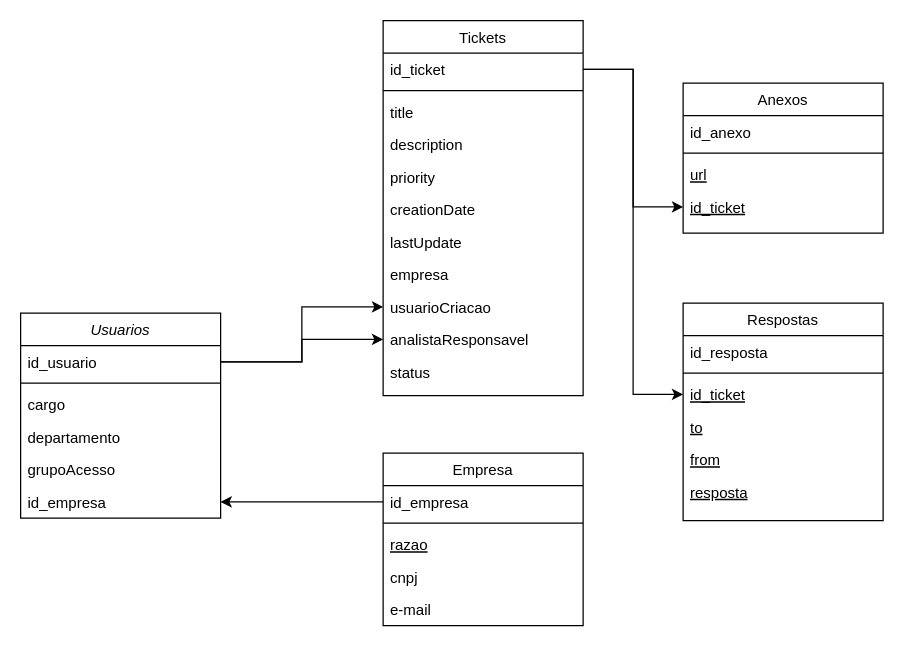
yurimarcon/suporte-0 keeps this draw.io diagram as Documentacao/Untitled Diagram.drawio. Above is the earlier version. Source tidied: cells renumbered, new cells numbered last; positions are measured from the earlier drawing's top-left corner, leaving out a move shared by most shapes. Both pictures are drawn from the tidied source at 125%, with x=0, y=0 at pixel (20, 20).
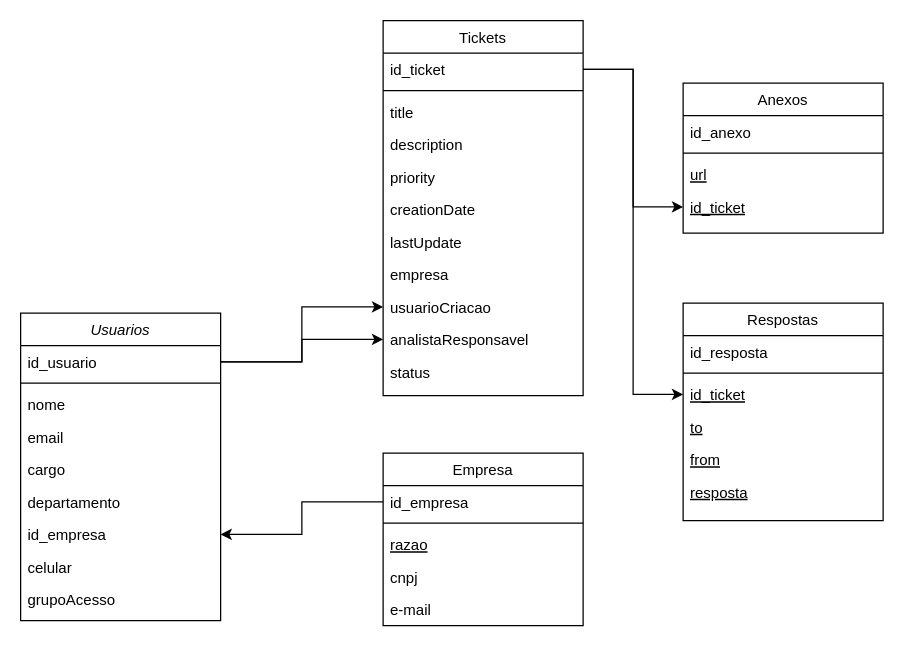
After the change.

The edit, as a diff of the source:
```diff
@@
     <mxCell id="2" value="Usuarios" style="swimlane;fontStyle=2;align=center;verticalAlign=top;horizontal=1;startSize=26;rounded=0;shadow=0;strokeWidth=1;" parent="1" vertex="1">
-      <mxGeometry y="234" width="160" height="164" as="geometry" />
+      <mxGeometry y="234" width="160" height="246" as="geometry" />
     </mxCell>
@@
+    <mxCell id="44" value="nome" style="text;align=left;verticalAlign=top;spacingLeft=4;spacingRight=4;overflow=hidden;" parent="2" vertex="1">
+      <mxGeometry y="60" width="160" height="26" as="geometry" />
+    </mxCell>
+    <mxCell id="45" value="email" style="text;align=left;verticalAlign=top;spacingLeft=4;spacingRight=4;overflow=hidden;" parent="2" vertex="1">
+      <mxGeometry y="86" width="160" height="26" as="geometry" />
+    </mxCell>
     <mxCell id="5" value="cargo&#10;" style="text;align=left;verticalAlign=top;spacingLeft=4;spacingRight=4;overflow=hidden;rounded=0;shadow=0;html=0;" parent="2" vertex="1">
-      <mxGeometry y="60" width="160" height="26" as="geometry" />
+      <mxGeometry y="112" width="160" height="26" as="geometry" />
     </mxCell>
     <mxCell id="6" value="departamento" style="text;align=left;verticalAlign=top;spacingLeft=4;spacingRight=4;overflow=hidden;rounded=0;shadow=0;html=0;" parent="2" vertex="1">
-      <mxGeometry y="86" width="160" height="26" as="geometry" />
+      <mxGeometry y="138" width="160" height="26" as="geometry" />
     </mxCell>
+    <mxCell id="8" value="id_empresa" style="text;align=left;verticalAlign=top;spacingLeft=4;spacingRight=4;overflow=hidden;points=[[0,0.5],[1,0.5]];portConstraint=eastwest;" parent="2" vertex="1">
+      <mxGeometry y="164" width="160" height="26" as="geometry" />
+    </mxCell>
+    <mxCell id="46" value="celular" style="text;align=left;verticalAlign=top;spacingLeft=4;spacingRight=4;overflow=hidden;" parent="2" vertex="1">
+      <mxGeometry y="190" width="160" height="26" as="geometry" />
+    </mxCell>
     <mxCell id="7" value="grupoAcesso&#10;&#10;" style="text;align=left;verticalAlign=top;spacingLeft=4;spacingRight=4;overflow=hidden;" parent="2" vertex="1">
-      <mxGeometry y="112" width="160" height="26" as="geometry" />
+      <mxGeometry y="216" width="160" height="26" as="geometry" />
     </mxCell>
-    <mxCell id="8" value="id_empresa" style="text;align=left;verticalAlign=top;spacingLeft=4;spacingRight=4;overflow=hidden;points=[[0,0.5],[1,0.5]];portConstraint=eastwest;" parent="2" vertex="1">
-      <mxGeometry y="138" width="160" height="26" as="geometry" />
-    </mxCell>
```
